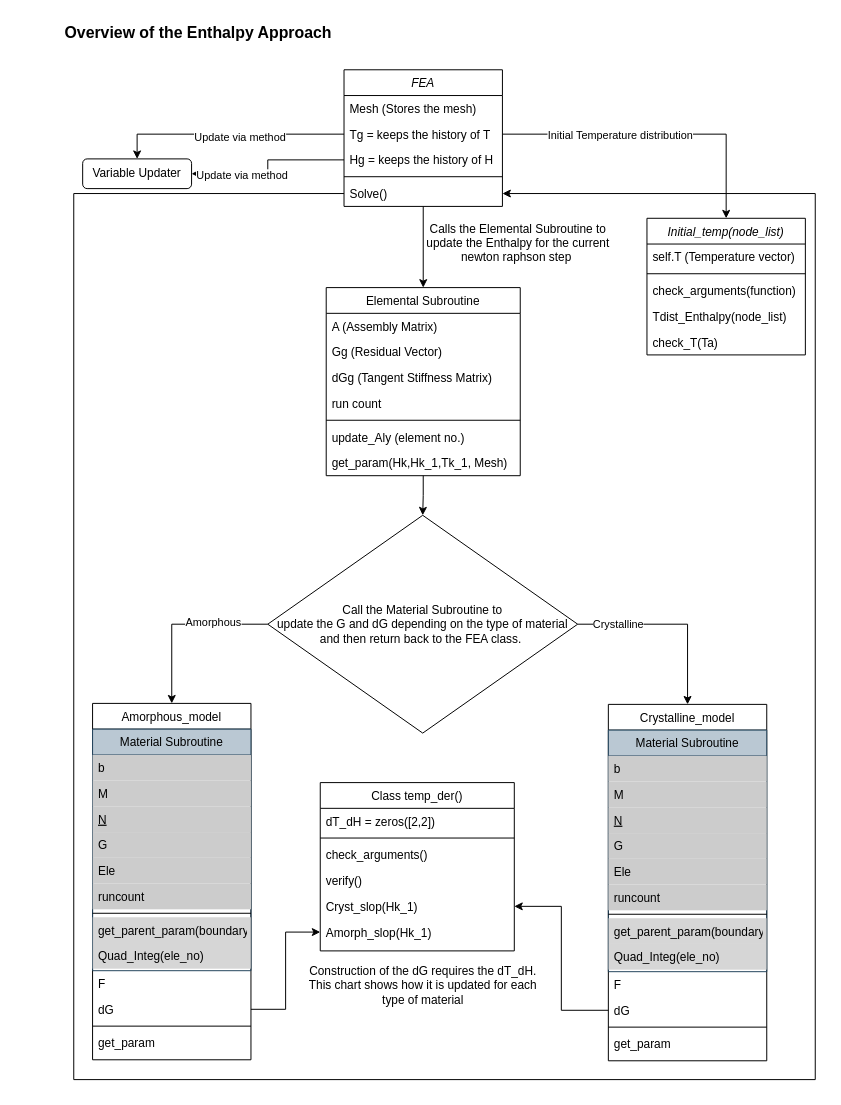
The draw.io diagram Over_View.drawio in okolekar/PPP, before the edit. Source tidied: cells renumbered, new cells numbered last; positions are measured from the earlier drawing's top-left corner, leaving out a move shared by most shapes. Both pictures are drawn from the tidied source at 99%, with x=0, y=0 at pixel (17, 17).
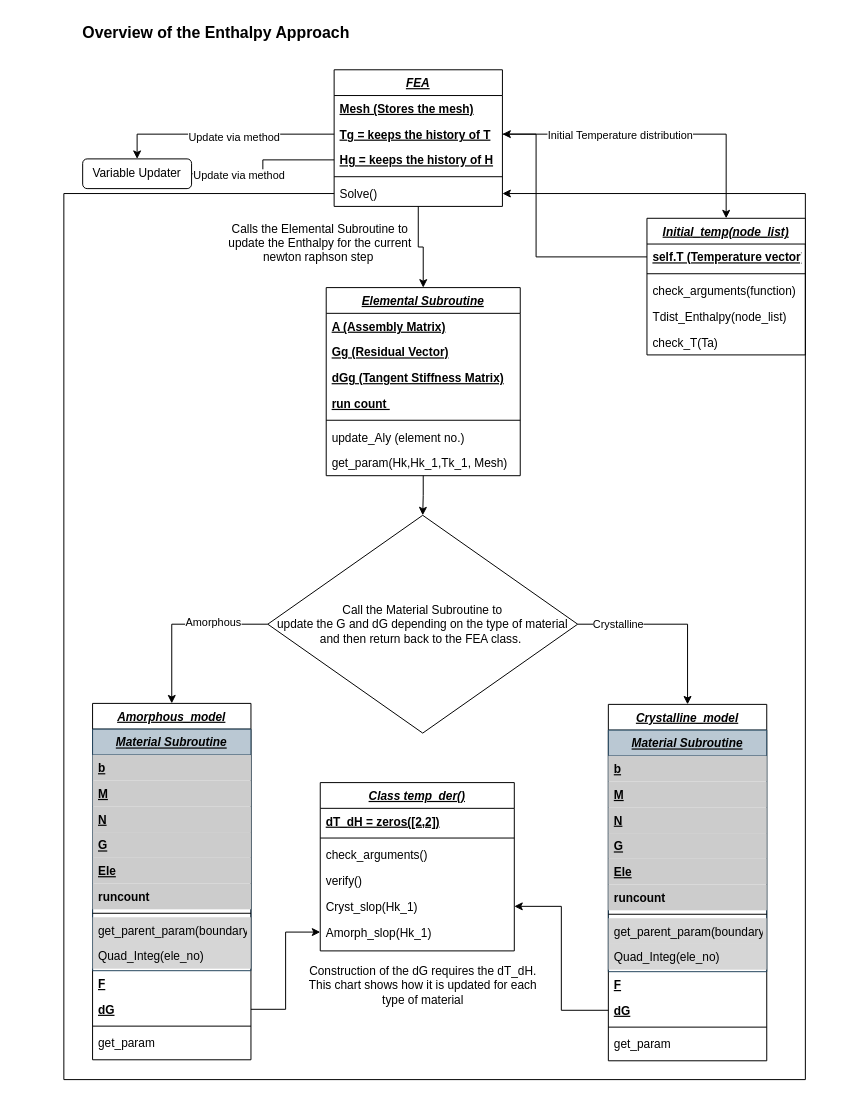
After the change.

The edit, as a diff of the source:
```diff
@@
-    <mxCell id="3" value="Amorphous_model" style="swimlane;fontStyle=0;align=center;verticalAlign=top;horizontal=1;startSize=26;rounded=0;shadow=0;strokeWidth=1;" parent="1" vertex="1">
+    <mxCell id="3" value="Amorphous_model" style="swimlane;fontStyle=7;align=center;verticalAlign=top;horizontal=1;startSize=26;rounded=0;shadow=0;strokeWidth=1;" parent="1" vertex="1">
       <mxGeometry x="76" y="693" width="160" height="360" as="geometry" />
     </mxCell>
-    <mxCell id="4" value="Material Subroutine" style="swimlane;fontStyle=0;align=center;verticalAlign=top;horizontal=1;startSize=26;rounded=0;shadow=0;strokeWidth=1;fillColor=#bac8d3;strokeColor=#23445d;" parent="3" vertex="1">
+    <mxCell id="4" value="Material Subroutine" style="swimlane;fontStyle=7;align=center;verticalAlign=top;horizontal=1;startSize=26;rounded=0;shadow=0;strokeWidth=1;fillColor=#bac8d3;strokeColor=#23445d;" parent="3" vertex="1">
       <mxGeometry y="26" width="160" height="244" as="geometry" />
     </mxCell>
-    <mxCell id="5" value="b" style="text;align=left;verticalAlign=top;spacingLeft=4;spacingRight=4;overflow=hidden;fillColor=#CCCCCC;" parent="4" vertex="1">
+    <mxCell id="5" value="b" style="text;align=left;verticalAlign=top;spacingLeft=4;spacingRight=4;overflow=hidden;fillColor=#CCCCCC;fontStyle=5;" parent="4" vertex="1">
       <mxGeometry y="26" width="160" height="26" as="geometry" />
     </mxCell>
-    <mxCell id="6" value="M" style="text;align=left;verticalAlign=top;spacingLeft=4;spacingRight=4;overflow=hidden;rounded=0;shadow=0;html=0;fillColor=#CCCCCC;" parent="4" vertex="1">
+    <mxCell id="6" value="M" style="text;align=left;verticalAlign=top;spacingLeft=4;spacingRight=4;overflow=hidden;rounded=0;shadow=0;html=0;fillColor=#CCCCCC;fontStyle=5;" parent="4" vertex="1">
       <mxGeometry y="52" width="160" height="26" as="geometry" />
     </mxCell>
-    <mxCell id="7" value="N" style="text;align=left;verticalAlign=top;spacingLeft=4;spacingRight=4;overflow=hidden;fontStyle=4;fillColor=#CCCCCC;" parent="4" vertex="1">
+    <mxCell id="7" value="N" style="text;align=left;verticalAlign=top;spacingLeft=4;spacingRight=4;overflow=hidden;fontStyle=5;fillColor=#CCCCCC;" parent="4" vertex="1">
       <mxGeometry y="78" width="160" height="26" as="geometry" />
     </mxCell>
-    <mxCell id="8" value="G" style="text;align=left;verticalAlign=top;spacingLeft=4;spacingRight=4;overflow=hidden;fillColor=#CCCCCC;" parent="4" vertex="1">
+    <mxCell id="8" value="G" style="text;align=left;verticalAlign=top;spacingLeft=4;spacingRight=4;overflow=hidden;fillColor=#CCCCCC;fontStyle=5;" parent="4" vertex="1">
       <mxGeometry y="104" width="160" height="26" as="geometry" />
     </mxCell>
-    <mxCell id="9" value="Ele" style="text;align=left;verticalAlign=top;spacingLeft=4;spacingRight=4;overflow=hidden;fillColor=#CCCCCC;" parent="4" vertex="1">
+    <mxCell id="9" value="Ele" style="text;align=left;verticalAlign=top;spacingLeft=4;spacingRight=4;overflow=hidden;fillColor=#CCCCCC;fontStyle=5;" parent="4" vertex="1">
       <mxGeometry y="130" width="160" height="26" as="geometry" />
     </mxCell>
-    <mxCell id="10" value="runcount" style="text;align=left;verticalAlign=top;spacingLeft=4;spacingRight=4;overflow=hidden;fillColor=#CCCCCC;" parent="4" vertex="1">
+    <mxCell id="10" value="runcount" style="text;align=left;verticalAlign=top;spacingLeft=4;spacingRight=4;overflow=hidden;fillColor=#CCCCCC;fontStyle=1;" parent="4" vertex="1">
       <mxGeometry y="156" width="160" height="26" as="geometry" />
     </mxCell>
@@
-    <mxCell id="14" value="F" style="text;align=left;verticalAlign=top;spacingLeft=4;spacingRight=4;overflow=hidden;" parent="3" vertex="1">
+    <mxCell id="14" value="F" style="text;align=left;verticalAlign=top;spacingLeft=4;spacingRight=4;overflow=hidden;fontStyle=5;" parent="3" vertex="1">
       <mxGeometry y="270" width="160" height="26" as="geometry" />
     </mxCell>
-    <mxCell id="15" value="dG" style="text;align=left;verticalAlign=top;spacingLeft=4;spacingRight=4;overflow=hidden;points=[[0,0.5],[1,0.5]];portConstraint=eastwest;rounded=0;shadow=0;html=0;" parent="3" vertex="1">
+    <mxCell id="15" value="dG" style="text;align=left;verticalAlign=top;spacingLeft=4;spacingRight=4;overflow=hidden;points=[[0,0.5],[1,0.5]];portConstraint=eastwest;rounded=0;shadow=0;html=0;fontStyle=5;" parent="3" vertex="1">
       <mxGeometry y="296" width="160" height="26" as="geometry" />
     </mxCell>
@@
-    <mxCell id="19" value="Elemental Subroutine" style="swimlane;fontStyle=0;align=center;verticalAlign=top;horizontal=1;startSize=26;rounded=0;shadow=0;strokeWidth=1;" parent="1" vertex="1">
+    <mxCell id="19" value="Elemental Subroutine" style="swimlane;fontStyle=7;align=center;verticalAlign=top;horizontal=1;startSize=26;rounded=0;shadow=0;strokeWidth=1;" parent="1" vertex="1">
       <mxGeometry x="312" y="273" width="196" height="190" as="geometry" />
     </mxCell>
-    <mxCell id="20" value="A (Assembly Matrix)" style="text;align=left;verticalAlign=top;spacingLeft=4;spacingRight=4;overflow=hidden;" parent="19" vertex="1">
+    <mxCell id="20" value="A (Assembly Matrix)" style="text;align=left;verticalAlign=top;spacingLeft=4;spacingRight=4;overflow=hidden;fontStyle=5;" parent="19" vertex="1">
       <mxGeometry y="26" width="196" height="26" as="geometry" />
     </mxCell>
-    <mxCell id="21" value="Gg (Residual Vector)" style="text;align=left;verticalAlign=top;spacingLeft=4;spacingRight=4;overflow=hidden;rounded=0;shadow=0;html=0;" parent="19" vertex="1">
+    <mxCell id="21" value="Gg (Residual Vector)" style="text;align=left;verticalAlign=top;spacingLeft=4;spacingRight=4;overflow=hidden;rounded=0;shadow=0;html=0;fontStyle=5;" parent="19" vertex="1">
       <mxGeometry y="52" width="196" height="26" as="geometry" />
     </mxCell>
-    <mxCell id="22" value="dGg (Tangent Stiffness Matrix)" style="text;align=left;verticalAlign=top;spacingLeft=4;spacingRight=4;overflow=hidden;rounded=0;shadow=0;html=0;" parent="19" vertex="1">
+    <mxCell id="22" value="dGg (Tangent Stiffness Matrix)" style="text;align=left;verticalAlign=top;spacingLeft=4;spacingRight=4;overflow=hidden;rounded=0;shadow=0;html=0;fontStyle=5;" parent="19" vertex="1">
       <mxGeometry y="78" width="196" height="26" as="geometry" />
     </mxCell>
-    <mxCell id="23" value="run count " style="text;align=left;verticalAlign=top;spacingLeft=4;spacingRight=4;overflow=hidden;rounded=0;shadow=0;html=0;" parent="19" vertex="1">
+    <mxCell id="23" value="run count " style="text;align=left;verticalAlign=top;spacingLeft=4;spacingRight=4;overflow=hidden;rounded=0;shadow=0;html=0;fontStyle=5;" parent="19" vertex="1">
       <mxGeometry y="104" width="196" height="26" as="geometry" />
     </mxCell>
@@
     <mxCell id="27" value="Calls the Elemental Subroutine to update the Enthalpy for the current newton raphson step&amp;nbsp;" style="text;html=1;strokeColor=none;fillColor=none;align=center;verticalAlign=middle;whiteSpace=wrap;rounded=0;" parent="1" vertex="1">
-      <mxGeometry x="396" y="203" width="220" height="50" as="geometry" />
+      <mxGeometry x="196" y="203" width="220" height="50" as="geometry" />
     </mxCell>
-    <mxCell id="28" value="Crystalline_model" style="swimlane;fontStyle=0;align=center;verticalAlign=top;horizontal=1;startSize=26;rounded=0;shadow=0;strokeWidth=1;" parent="1" vertex="1">
+    <mxCell id="28" value="Crystalline_model" style="swimlane;fontStyle=7;align=center;verticalAlign=top;horizontal=1;startSize=26;rounded=0;shadow=0;strokeWidth=1;" parent="1" vertex="1">
       <mxGeometry x="597" y="694" width="160" height="360" as="geometry" />
     </mxCell>
-    <mxCell id="29" value="Material Subroutine" style="swimlane;fontStyle=0;align=center;verticalAlign=top;horizontal=1;startSize=26;rounded=0;shadow=0;strokeWidth=1;fillColor=#bac8d3;strokeColor=#23445d;" parent="28" vertex="1">
+    <mxCell id="29" value="Material Subroutine" style="swimlane;fontStyle=7;align=center;verticalAlign=top;horizontal=1;startSize=26;rounded=0;shadow=0;strokeWidth=1;fillColor=#bac8d3;strokeColor=#23445d;" parent="28" vertex="1">
       <mxGeometry y="26" width="160" height="244" as="geometry" />
     </mxCell>
-    <mxCell id="30" value="b" style="text;align=left;verticalAlign=top;spacingLeft=4;spacingRight=4;overflow=hidden;fillColor=#CCCCCC;" parent="29" vertex="1">
+    <mxCell id="30" value="b" style="text;align=left;verticalAlign=top;spacingLeft=4;spacingRight=4;overflow=hidden;fillColor=#CCCCCC;fontStyle=5;" parent="29" vertex="1">
       <mxGeometry y="26" width="160" height="26" as="geometry" />
     </mxCell>
-    <mxCell id="31" value="M" style="text;align=left;verticalAlign=top;spacingLeft=4;spacingRight=4;overflow=hidden;rounded=0;shadow=0;html=0;fillColor=#CCCCCC;" parent="29" vertex="1">
+    <mxCell id="31" value="M" style="text;align=left;verticalAlign=top;spacingLeft=4;spacingRight=4;overflow=hidden;rounded=0;shadow=0;html=0;fillColor=#CCCCCC;fontStyle=5;" parent="29" vertex="1">
       <mxGeometry y="52" width="160" height="26" as="geometry" />
     </mxCell>
-    <mxCell id="32" value="N" style="text;align=left;verticalAlign=top;spacingLeft=4;spacingRight=4;overflow=hidden;fontStyle=4;fillColor=#CCCCCC;" parent="29" vertex="1">
+    <mxCell id="32" value="N" style="text;align=left;verticalAlign=top;spacingLeft=4;spacingRight=4;overflow=hidden;fontStyle=5;fillColor=#CCCCCC;" parent="29" vertex="1">
       <mxGeometry y="78" width="160" height="26" as="geometry" />
     </mxCell>
-    <mxCell id="33" value="G" style="text;align=left;verticalAlign=top;spacingLeft=4;spacingRight=4;overflow=hidden;fillColor=#CCCCCC;" parent="29" vertex="1">
+    <mxCell id="33" value="G" style="text;align=left;verticalAlign=top;spacingLeft=4;spacingRight=4;overflow=hidden;fillColor=#CCCCCC;fontStyle=5;" parent="29" vertex="1">
       <mxGeometry y="104" width="160" height="26" as="geometry" />
     </mxCell>
-    <mxCell id="34" value="Ele" style="text;align=left;verticalAlign=top;spacingLeft=4;spacingRight=4;overflow=hidden;fillColor=#CCCCCC;" parent="29" vertex="1">
+    <mxCell id="34" value="Ele" style="text;align=left;verticalAlign=top;spacingLeft=4;spacingRight=4;overflow=hidden;fillColor=#CCCCCC;fontStyle=5;" parent="29" vertex="1">
       <mxGeometry y="130" width="160" height="26" as="geometry" />
     </mxCell>
-    <mxCell id="35" value="runcount" style="text;align=left;verticalAlign=top;spacingLeft=4;spacingRight=4;overflow=hidden;fillColor=#CCCCCC;" parent="29" vertex="1">
+    <mxCell id="35" value="runcount" style="text;align=left;verticalAlign=top;spacingLeft=4;spacingRight=4;overflow=hidden;fillColor=#CCCCCC;fontStyle=1;" parent="29" vertex="1">
       <mxGeometry y="156" width="160" height="26" as="geometry" />
     </mxCell>
@@
-    <mxCell id="39" value="F" style="text;align=left;verticalAlign=top;spacingLeft=4;spacingRight=4;overflow=hidden;" parent="28" vertex="1">
+    <mxCell id="39" value="F" style="text;align=left;verticalAlign=top;spacingLeft=4;spacingRight=4;overflow=hidden;fontStyle=5;" parent="28" vertex="1">
       <mxGeometry y="270" width="160" height="26" as="geometry" />
     </mxCell>
-    <mxCell id="40" value="dG" style="text;align=left;verticalAlign=top;spacingLeft=4;spacingRight=4;overflow=hidden;points=[[0,0.5],[1,0.5]];portConstraint=eastwest;rounded=0;shadow=0;html=0;" parent="28" vertex="1">
+    <mxCell id="40" value="dG" style="text;align=left;verticalAlign=top;spacingLeft=4;spacingRight=4;overflow=hidden;points=[[0,0.5],[1,0.5]];portConstraint=eastwest;rounded=0;shadow=0;html=0;fontStyle=5;" parent="28" vertex="1">
       <mxGeometry y="296" width="160" height="26" as="geometry" />
     </mxCell>
@@
-    <mxCell id="55" value="FEA" style="swimlane;fontStyle=2;align=center;verticalAlign=top;horizontal=1;startSize=26;rounded=0;shadow=0;strokeWidth=1;" parent="1" vertex="1">
-      <mxGeometry x="330" y="53" width="160" height="138" as="geometry" />
+    <mxCell id="55" value="FEA" style="swimlane;fontStyle=7;align=center;verticalAlign=top;horizontal=1;startSize=26;rounded=0;shadow=0;strokeWidth=1;" parent="1" vertex="1">
+      <mxGeometry x="320" y="53" width="170" height="138" as="geometry" />
     </mxCell>
-    <mxCell id="56" value="Mesh (Stores the mesh)" style="text;align=left;verticalAlign=top;spacingLeft=4;spacingRight=4;overflow=hidden;" parent="55" vertex="1">
-      <mxGeometry y="26" width="160" height="26" as="geometry" />
+    <mxCell id="56" value="Mesh (Stores the mesh)" style="text;align=left;verticalAlign=top;spacingLeft=4;spacingRight=4;overflow=hidden;fontStyle=5;" parent="55" vertex="1">
+      <mxGeometry y="26" width="170" height="26" as="geometry" />
     </mxCell>
-    <mxCell id="57" value="Tg = keeps the history of T" style="text;align=left;verticalAlign=top;spacingLeft=4;spacingRight=4;overflow=hidden;points=[[0,0.5],[1,0.5]];portConstraint=eastwest;rounded=0;shadow=0;html=0;" parent="55" vertex="1">
-      <mxGeometry y="52" width="160" height="26" as="geometry" />
+    <mxCell id="57" value="Tg = keeps the history of T" style="text;align=left;verticalAlign=top;spacingLeft=4;spacingRight=4;overflow=hidden;points=[[0,0.5],[1,0.5]];portConstraint=eastwest;rounded=0;shadow=0;html=0;fontStyle=5;" parent="55" vertex="1">
+      <mxGeometry y="52" width="170" height="26" as="geometry" />
     </mxCell>
-    <mxCell id="58" value="Hg = keeps the history of H" style="text;align=left;verticalAlign=top;spacingLeft=4;spacingRight=4;overflow=hidden;points=[[0,0.5],[1,0.5]];portConstraint=eastwest;rounded=0;shadow=0;html=0;" parent="55" vertex="1">
-      <mxGeometry y="78" width="160" height="26" as="geometry" />
+    <mxCell id="58" value="Hg = keeps the history of H" style="text;align=left;verticalAlign=top;spacingLeft=4;spacingRight=4;overflow=hidden;points=[[0,0.5],[1,0.5]];portConstraint=eastwest;rounded=0;shadow=0;html=0;fontStyle=5;" parent="55" vertex="1">
+      <mxGeometry y="78" width="170" height="26" as="geometry" />
     </mxCell>
     <mxCell id="59" style="line;html=1;strokeWidth=1;align=left;verticalAlign=middle;spacingTop=-1;spacingLeft=3;spacingRight=3;labelPosition=right;" parent="55" vertex="1">
-      <mxGeometry y="104" width="160" height="8" as="geometry" />
+      <mxGeometry y="104" width="170" height="8" as="geometry" />
     </mxCell>
     <mxCell id="60" value="Solve()" style="text;align=left;verticalAlign=top;spacingLeft=4;spacingRight=4;overflow=hidden;points=[[0,0.5],[1,0.5]];portConstraint=eastwest;" parent="55" vertex="1">
-      <mxGeometry y="112" width="160" height="26" as="geometry" />
+      <mxGeometry y="112" width="170" height="26" as="geometry" />
     </mxCell>
@@
-    <mxCell id="62" value="Initial_temp(node_list)" style="swimlane;fontStyle=2;align=center;verticalAlign=top;horizontal=1;startSize=26;rounded=0;shadow=0;strokeWidth=1;" parent="1" vertex="1">
+    <mxCell id="62" value="Initial_temp(node_list)" style="swimlane;fontStyle=7;align=center;verticalAlign=top;horizontal=1;startSize=26;rounded=0;shadow=0;strokeWidth=1;" parent="1" vertex="1">
       <mxGeometry x="636" y="203" width="160" height="138" as="geometry" />
     </mxCell>
-    <mxCell id="63" value="self.T (Temperature vector)" style="text;align=left;verticalAlign=top;spacingLeft=4;spacingRight=4;overflow=hidden;points=[[0,0.5],[1,0.5]];portConstraint=eastwest;" parent="62" vertex="1">
+    <mxCell id="63" value="self.T (Temperature vector)" style="text;align=left;verticalAlign=top;spacingLeft=4;spacingRight=4;overflow=hidden;points=[[0,0.5],[1,0.5]];portConstraint=eastwest;fontStyle=5;" parent="62" vertex="1">
       <mxGeometry y="26" width="160" height="26" as="geometry" />
     </mxCell>
@@
-    <mxCell id="68" value="Class temp_der()" style="swimlane;fontStyle=0;align=center;verticalAlign=top;horizontal=1;startSize=26;rounded=0;shadow=0;strokeWidth=1;" parent="1" vertex="1">
+    <mxCell id="68" value="Class temp_der()" style="swimlane;fontStyle=7;align=center;verticalAlign=top;horizontal=1;startSize=26;rounded=0;shadow=0;strokeWidth=1;" parent="1" vertex="1">
       <mxGeometry x="306" y="773" width="196" height="170" as="geometry" />
     </mxCell>
-    <mxCell id="69" value="dT_dH = zeros([2,2])" style="text;align=left;verticalAlign=top;spacingLeft=4;spacingRight=4;overflow=hidden;" parent="68" vertex="1">
+    <mxCell id="69" value="dT_dH = zeros([2,2])" style="text;align=left;verticalAlign=top;spacingLeft=4;spacingRight=4;overflow=hidden;fontStyle=5;" parent="68" vertex="1">
       <mxGeometry y="26" width="196" height="26" as="geometry" />
     </mxCell>
@@
-    <mxCell id="73" value="Cryst_slop(Hk_1)" style="text;align=left;verticalAlign=top;spacingLeft=4;spacingRight=4;overflow=hidden;points=[[0,0.5],[1,0.5]];portConstraint=eastwest;rounded=0;shadow=0;html=0;" parent="68" vertex="1">
+    <mxCell id="73" value="Cryst_slop(Hk_1)" style="text;align=left;verticalAlign=top;spacingLeft=4;spacingRight=4;overflow=hidden;points=[[0,0.5],[1,0.5]];portConstraint=eastwest;rounded=0;shadow=0;html=0;strokeColor=none;" parent="68" vertex="1">
       <mxGeometry y="112" width="196" height="26" as="geometry" />
     </mxCell>
@@
     <mxCell id="77" value="&lt;b&gt;&lt;font style=&quot;font-size: 16px;&quot;&gt;Overview of the Enthalpy Approach&lt;/font&gt;&lt;/b&gt;" style="text;html=1;strokeColor=none;fillColor=none;align=center;verticalAlign=middle;whiteSpace=wrap;rounded=0;" parent="1" vertex="1">
-      <mxGeometry width="366" height="30" as="geometry" />
+      <mxGeometry x="18" width="366" height="30" as="geometry" />
     </mxCell>
@@
+    <mxCell id="79" style="edgeStyle=orthogonalEdgeStyle;rounded=0;jettySize=auto;html=1;entryX=1;entryY=0.5;entryDx=0;entryDy=0;" parent="1" edge="1" source="63" target="57">
+      <mxGeometry relative="1" as="geometry">
+        <Array as="points">
+          <mxPoint x="524" y="242" />
+          <mxPoint x="524" y="118" />
+        </Array>
+      </mxGeometry>
+    </mxCell>
```
